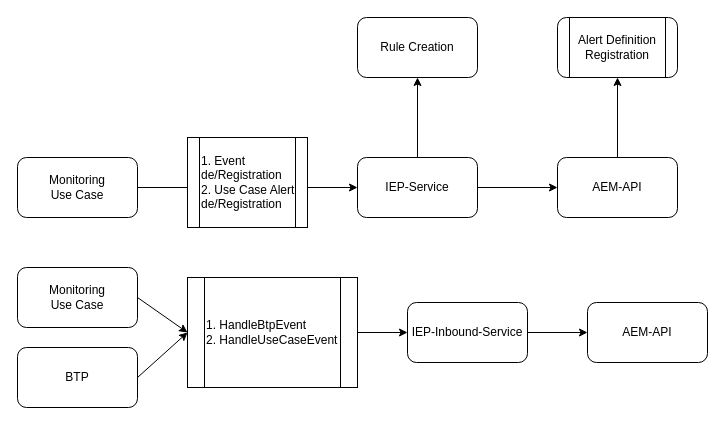
Before: page "Page-2" (2 of 3) of Untitled Diagram.drawio in avinash610jha/drawings, a draw.io diagram. Source tidied: cells renumbered, new cells numbered last; positions are measured from the earlier drawing's top-left corner, leaving out a move shared by most shapes. Both pictures are drawn from the tidied source at 100%, with x=0, y=0 at pixel (17, 17).
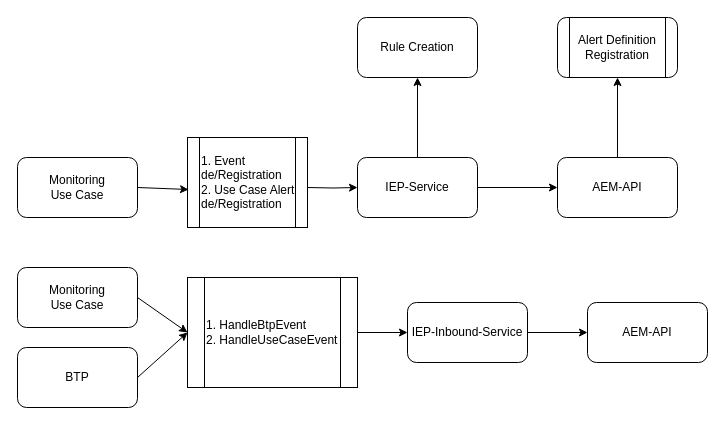
The same page after the edit.

Unchanged cells that the change refers to:
```xml
<mxCell id="4" value="IEP-Service" style="rounded=1;whiteSpace=wrap;html=1;" parent="1" vertex="1">
  <mxGeometry x="340" y="140" width="120" height="60" as="geometry" />
</mxCell>
<mxCell id="10" value="Monitoring &lt;br&gt;Use Case" style="rounded=1;whiteSpace=wrap;html=1;" parent="1" vertex="1">
  <mxGeometry y="140" width="120" height="60" as="geometry" />
</mxCell>
```

Change to the diagram source:
```diff
@@
-    <mxCell id="9" style="edgeStyle=orthogonalEdgeStyle;rounded=0;jettySize=auto;html=1;" parent="1" edge="1" source="10" target="4">
-      <mxGeometry relative="1" as="geometry" />
+    <mxCell id="9" style="edgeStyle=orthogonalEdgeStyle;rounded=0;jettySize=auto;html=1;" parent="1" edge="1" target="4">
+      <mxGeometry relative="1" as="geometry">
+        <mxPoint x="290" y="170" as="sourcePoint" />
+      </mxGeometry>
     </mxCell>
@@
+    <mxCell id="21" style="endArrow=classic;html=1;" parent="1" edge="1">
+      <mxGeometry relative="1" as="geometry">
+        <mxPoint x="120" y="170" as="sourcePoint" />
+        <mxPoint x="171" y="172" as="targetPoint" />
+      </mxGeometry>
+    </mxCell>
```
